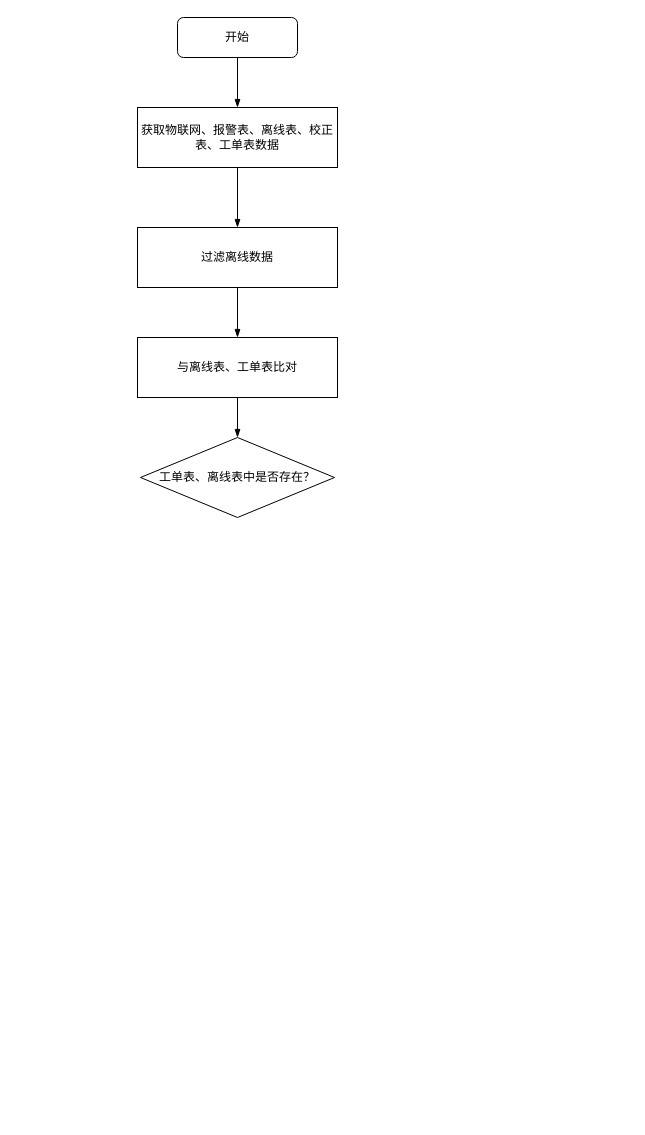
ccut2014/hello-world keeps this draw.io diagram as Untitled Diagram.drawio. Above is the earlier version. Source tidied: cells renumbered, new cells numbered last; positions are measured from the earlier drawing's top-left corner, leaving out a move shared by most shapes. Both pictures are drawn from the tidied source at 100%, with x=0, y=0 at pixel (137, 17).
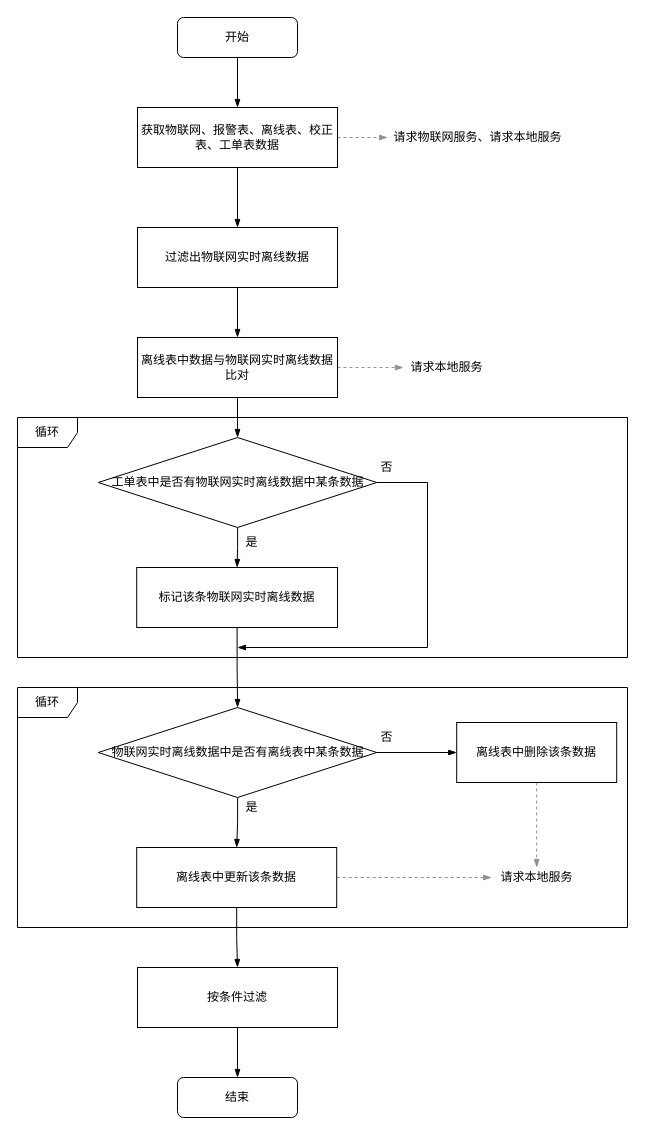
The same diagram, later.

Unchanged cells that the change refers to:
```xml
<mxCell id="5" value="获取物联网、报警表、离线表、校正表、工单表数据" style="rounded=0;whiteSpace=wrap;html=1;" parent="1" vertex="1">
  <mxGeometry y="90" width="200" height="60" as="geometry" />
</mxCell>
```

The edit, as a diff of the source:
```diff
@@
+    <mxCell id="11" style="edgeStyle=orthogonalEdgeStyle;rounded=0;jettySize=auto;html=1;endArrow=blockThin;endFill=1;dashed=1;strokeColor=#919191;" parent="1" edge="1" source="5" target="35">
+      <mxGeometry relative="1" as="geometry" />
+    </mxCell>
@@
-    <mxCell id="6" style="edgeStyle=orthogonalEdgeStyle;rounded=0;jettySize=auto;html=1;entryX=0.5;entryY=0;entryDx=0;entryDy=0;endArrow=blockThin;endFill=1;" parent="1" edge="1" source="7" target="8">
-      <mxGeometry relative="1" as="geometry" />
-    </mxCell>
+    <mxCell id="12" style="edgeStyle=orthogonalEdgeStyle;rounded=0;jettySize=auto;html=1;entryX=0.5;entryY=0;entryDx=0;entryDy=0;endArrow=blockThin;endFill=1;" parent="1" edge="1" source="7" target="25">
+      <mxGeometry relative="1" as="geometry" />
+    </mxCell>
+    <mxCell id="13" style="edgeStyle=orthogonalEdgeStyle;rounded=0;jettySize=auto;html=1;entryX=0.019;entryY=0.5;entryDx=0;entryDy=0;entryPerimeter=0;dashed=1;endArrow=blockThin;endFill=1;strokeColor=#919191;" parent="1" edge="1" source="7" target="36">
+      <mxGeometry relative="1" as="geometry" />
+    </mxCell>
-    <mxCell id="7" value="与离线表、工单表比对" style="rounded=0;whiteSpace=wrap;html=1;" parent="1" vertex="1">
+    <mxCell id="7" value="离线表中数据与物联网实时离线数据比对" style="rounded=0;whiteSpace=wrap;html=1;" parent="1" vertex="1">
       <mxGeometry y="320" width="200" height="60" as="geometry" />
     </mxCell>
+    <mxCell id="14" style="edgeStyle=orthogonalEdgeStyle;rounded=0;jettySize=auto;html=1;endArrow=blockThin;endFill=1;" parent="1" edge="1" source="8" target="18">
+      <mxGeometry relative="1" as="geometry" />
+    </mxCell>
+    <mxCell id="15" style="edgeStyle=orthogonalEdgeStyle;rounded=0;jettySize=auto;html=1;endArrow=blockThin;endFill=1;" parent="1" edge="1" source="8" target="21">
+      <mxGeometry relative="1" as="geometry" />
+    </mxCell>
-    <mxCell id="8" value="工单表、离线表中是否存在？" style="rhombus;whiteSpace=wrap;html=1;" parent="1" vertex="1">
-      <mxGeometry x="3" y="420" width="194" height="80" as="geometry" />
+    <mxCell id="8" value="物联网实时离线数据中是否有离线表中某条数据" style="rhombus;whiteSpace=wrap;html=1;" parent="1" vertex="1">
+      <mxGeometry x="-39.2" y="690" width="278.5" height="90" as="geometry" />
     </mxCell>
@@
-    <mxCell id="10" value="过滤离线数据" style="rounded=0;whiteSpace=wrap;html=1;" parent="1" vertex="1">
+    <mxCell id="10" value="过滤出物联网实时离线数据" style="rounded=0;whiteSpace=wrap;html=1;" parent="1" vertex="1">
       <mxGeometry y="210" width="200" height="60" as="geometry" />
     </mxCell>
+    <mxCell id="16" style="edgeStyle=orthogonalEdgeStyle;rounded=0;jettySize=auto;html=1;entryX=0.5;entryY=0;entryDx=0;entryDy=0;endArrow=blockThin;endFill=1;" parent="1" edge="1" source="18" target="32">
+      <mxGeometry relative="1" as="geometry" />
+    </mxCell>
+    <mxCell id="17" style="edgeStyle=orthogonalEdgeStyle;rounded=0;jettySize=auto;html=1;dashed=1;endArrow=blockThin;endFill=1;strokeColor=#919191;" parent="1" edge="1" source="18" target="37">
+      <mxGeometry relative="1" as="geometry" />
+    </mxCell>
+    <mxCell id="18" value="离线表中更新该条数据" style="rounded=0;whiteSpace=wrap;html=1;" parent="1" vertex="1">
+      <mxGeometry x="-0.8" y="830" width="200" height="60" as="geometry" />
+    </mxCell>
+    <mxCell id="19" value="是" style="text;html=1;align=center;verticalAlign=middle;" parent="1" vertex="1">
+      <mxGeometry x="99.2" y="780" width="30" height="20" as="geometry" />
+    </mxCell>
+    <mxCell id="20" style="edgeStyle=orthogonalEdgeStyle;rounded=0;jettySize=auto;html=1;dashed=1;endArrow=blockThin;endFill=1;strokeColor=#919191;" parent="1" edge="1" source="21" target="37">
+      <mxGeometry relative="1" as="geometry" />
+    </mxCell>
+    <mxCell id="21" value="离线表中删除该条数据" style="rounded=0;whiteSpace=wrap;html=1;" parent="1" vertex="1">
+      <mxGeometry x="319.2" y="705" width="160" height="60" as="geometry" />
+    </mxCell>
+    <mxCell id="22" value="否" style="text;html=1;align=center;verticalAlign=middle;" parent="1" vertex="1">
+      <mxGeometry x="234.2" y="710" width="30" height="20" as="geometry" />
+    </mxCell>
+    <mxCell id="23" style="edgeStyle=orthogonalEdgeStyle;rounded=0;jettySize=auto;html=1;entryX=0.5;entryY=0;entryDx=0;entryDy=0;endArrow=blockThin;endFill=1;" parent="1" edge="1" source="25" target="27">
+      <mxGeometry relative="1" as="geometry" />
+    </mxCell>
+    <mxCell id="24" style="edgeStyle=orthogonalEdgeStyle;rounded=0;jettySize=auto;html=1;endArrow=blockThin;endFill=1;" parent="1" edge="1" source="25">
+      <mxGeometry relative="1" as="geometry">
+        <mxPoint x="100" y="630" as="targetPoint" />
+        <Array as="points">
+          <mxPoint x="290" y="465" />
+          <mxPoint x="290" y="630" />
+        </Array>
+      </mxGeometry>
+    </mxCell>
+    <mxCell id="25" value="工单表中是否有物联网实时离线数据中某条数据" style="rhombus;whiteSpace=wrap;html=1;" parent="1" vertex="1">
+      <mxGeometry x="-39.2" y="420" width="278.5" height="90" as="geometry" />
+    </mxCell>
+    <mxCell id="26" style="edgeStyle=orthogonalEdgeStyle;rounded=0;jettySize=auto;html=1;endArrow=blockThin;endFill=1;" parent="1" edge="1" source="27" target="8">
+      <mxGeometry relative="1" as="geometry" />
+    </mxCell>
+    <mxCell id="27" value="标记该条物联网实时离线数据" style="rounded=0;whiteSpace=wrap;html=1;" parent="1" vertex="1">
+      <mxGeometry x="-0.8" y="550" width="200.8" height="60" as="geometry" />
+    </mxCell>
+    <mxCell id="28" value="否" style="text;html=1;align=center;verticalAlign=middle;" parent="1" vertex="1">
+      <mxGeometry x="234.2" y="440" width="30" height="20" as="geometry" />
+    </mxCell>
+    <mxCell id="29" value="是" style="text;html=1;align=center;verticalAlign=middle;" parent="1" vertex="1">
+      <mxGeometry x="99.2" y="515" width="30" height="20" as="geometry" />
+    </mxCell>
+    <mxCell id="30" value="循环" style="shape=umlFrame;whiteSpace=wrap;html=1;" parent="1" vertex="1">
+      <mxGeometry x="-120" y="400" width="610" height="240" as="geometry" />
+    </mxCell>
+    <mxCell id="31" style="edgeStyle=orthogonalEdgeStyle;rounded=0;jettySize=auto;html=1;entryX=0.5;entryY=0;entryDx=0;entryDy=0;endArrow=blockThin;endFill=1;" parent="1" edge="1" source="32" target="34">
+      <mxGeometry relative="1" as="geometry" />
+    </mxCell>
+    <mxCell id="32" value="按条件过滤" style="rounded=0;whiteSpace=wrap;html=1;" parent="1" vertex="1">
+      <mxGeometry y="950" width="200" height="60" as="geometry" />
+    </mxCell>
+    <mxCell id="33" value="循环" style="shape=umlFrame;whiteSpace=wrap;html=1;" parent="1" vertex="1">
+      <mxGeometry x="-120" y="670" width="610" height="240" as="geometry" />
+    </mxCell>
+    <mxCell id="34" value="结束" style="rounded=1;whiteSpace=wrap;html=1;fontSize=12;glass=0;strokeWidth=1;shadow=0;" parent="1" vertex="1">
+      <mxGeometry x="40" y="1060" width="120" height="40" as="geometry" />
+    </mxCell>
+    <mxCell id="35" value="请求物联网服务、请求本地服务" style="text;html=1;align=center;verticalAlign=middle;points=[];" parent="1" vertex="1">
+      <mxGeometry x="250" y="110" width="180" height="20" as="geometry" />
+    </mxCell>
+    <mxCell id="36" value="请求本地服务" style="text;html=1;align=center;verticalAlign=middle;points=[];" parent="1" vertex="1">
+      <mxGeometry x="264.2" y="340" width="90" height="20" as="geometry" />
+    </mxCell>
+    <mxCell id="37" value="请求本地服务" style="text;html=1;align=center;verticalAlign=middle;points=[];" parent="1" vertex="1">
+      <mxGeometry x="354.2" y="850" width="90" height="20" as="geometry" />
+    </mxCell>
```
